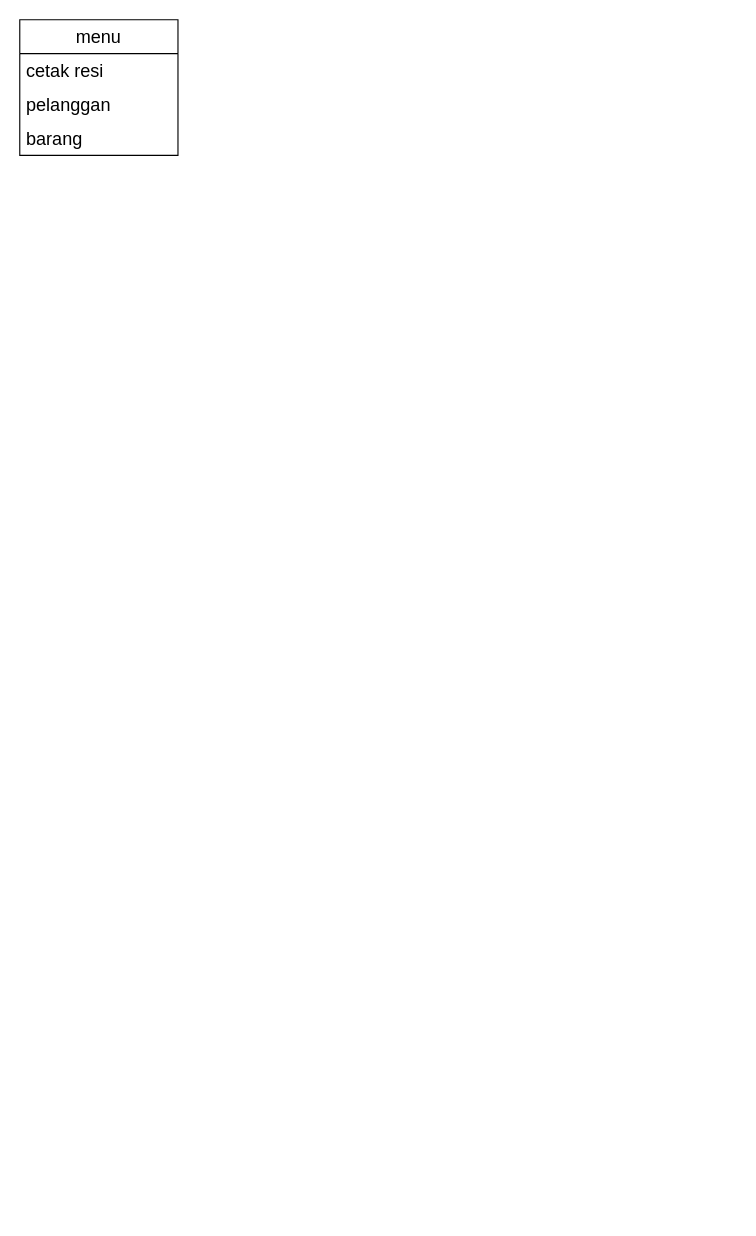
The draw.io diagram resi.drawio in mieburungdara/draw.io_transaksipuitang, before the edit. Source tidied: cells renumbered, new cells numbered last; positions are measured from the earlier drawing's top-left corner, leaving out a move shared by most shapes. Both pictures are drawn from the tidied source at 113%, with x=0, y=0 at pixel (19, 19).
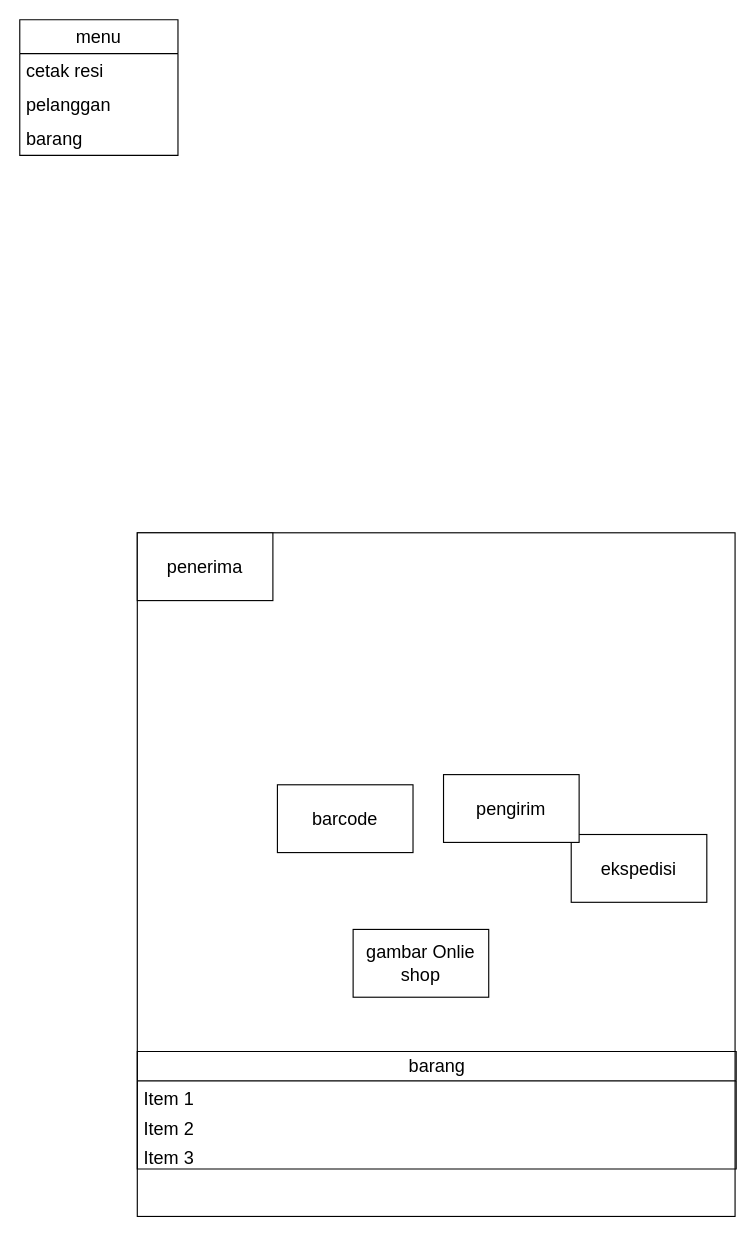
The same diagram, later.

What changed in the source:
```diff
@@
 <mxGraphModel>
   <root>
     <mxCell id="0" />
     <mxCell id="1" parent="0" />
     <mxCell id="2" value="menu" style="swimlane;fontStyle=0;horizontal=1;startSize=30;whiteSpace=wrap;html=1;fontSize=16;" parent="1" vertex="1">
       <mxGeometry width="140" height="120" as="geometry" />
     </mxCell>
     <mxCell id="3" value="cetak resi" style="text;strokeColor=none;fillColor=none;align=left;verticalAlign=middle;spacingLeft=4;spacingRight=4;overflow=hidden;whiteSpace=wrap;html=1;fontSize=16;" parent="2" vertex="1">
       <mxGeometry y="30" width="140" height="30" as="geometry" />
     </mxCell>
     <mxCell id="4" value="pelanggan" style="text;strokeColor=none;fillColor=none;align=left;verticalAlign=middle;spacingLeft=4;spacingRight=4;overflow=hidden;whiteSpace=wrap;html=1;fontSize=16;" parent="2" vertex="1">
       <mxGeometry y="60" width="140" height="30" as="geometry" />
     </mxCell>
     <mxCell id="5" value="barang" style="text;strokeColor=none;fillColor=none;align=left;verticalAlign=middle;spacingLeft=4;spacingRight=4;overflow=hidden;whiteSpace=wrap;html=1;fontSize=16;" parent="2" vertex="1">
       <mxGeometry y="90" width="140" height="30" as="geometry" />
     </mxCell>
+    <mxCell id="6" style="rounded=0;whiteSpace=wrap;html=1;fontSize=16;" parent="1" vertex="1">
+      <mxGeometry x="104" y="454" width="529" height="605" as="geometry" />
+    </mxCell>
+    <mxCell id="7" value="gambar Onlie shop" style="rounded=0;whiteSpace=wrap;html=1;fontSize=16;" parent="1" vertex="1">
+      <mxGeometry x="295" y="805" width="120" height="60" as="geometry" />
+    </mxCell>
+    <mxCell id="8" value="barcode" style="rounded=0;whiteSpace=wrap;html=1;fontSize=16;" parent="1" vertex="1">
+      <mxGeometry x="228" y="677" width="120" height="60" as="geometry" />
+    </mxCell>
+    <mxCell id="9" value="ekspedisi" style="rounded=0;whiteSpace=wrap;html=1;fontSize=16;" parent="1" vertex="1">
+      <mxGeometry x="488" y="721" width="120" height="60" as="geometry" />
+    </mxCell>
+    <mxCell id="10" value="pengirim" style="rounded=0;whiteSpace=wrap;html=1;fontSize=16;" parent="1" vertex="1">
+      <mxGeometry x="375" y="668" width="120" height="60" as="geometry" />
+    </mxCell>
+    <mxCell id="11" value="penerima" style="rounded=0;whiteSpace=wrap;html=1;fontSize=16;" parent="1" vertex="1">
+      <mxGeometry x="104" y="454" width="120" height="60" as="geometry" />
+    </mxCell>
+    <mxCell id="12" value="barang" style="swimlane;fontStyle=0;horizontal=1;startSize=26;fillColor=none;html=1;fontSize=16;" parent="1" vertex="1">
+      <mxGeometry x="104" y="913" width="530" height="104" as="geometry" />
+    </mxCell>
+    <mxCell id="13" value="Item 1" style="text;strokeColor=none;fillColor=none;align=left;verticalAlign=top;spacingLeft=4;spacingRight=4;overflow=hidden;whiteSpace=wrap;html=1;fontSize=16;" parent="12" vertex="1">
+      <mxGeometry y="26" width="530" height="26" as="geometry" />
+    </mxCell>
+    <mxCell id="14" value="Item 2" style="text;strokeColor=none;fillColor=none;align=left;verticalAlign=top;spacingLeft=4;spacingRight=4;overflow=hidden;whiteSpace=wrap;html=1;fontSize=16;" parent="12" vertex="1">
+      <mxGeometry y="52" width="530" height="26" as="geometry" />
+    </mxCell>
+    <mxCell id="15" value="Item 3" style="text;strokeColor=none;fillColor=none;align=left;verticalAlign=top;spacingLeft=4;spacingRight=4;overflow=hidden;whiteSpace=wrap;html=1;fontSize=16;" parent="12" vertex="1">
+      <mxGeometry y="78" width="530" height="26" as="geometry" />
+    </mxCell>
   </root>
 </mxGraphModel>
```
